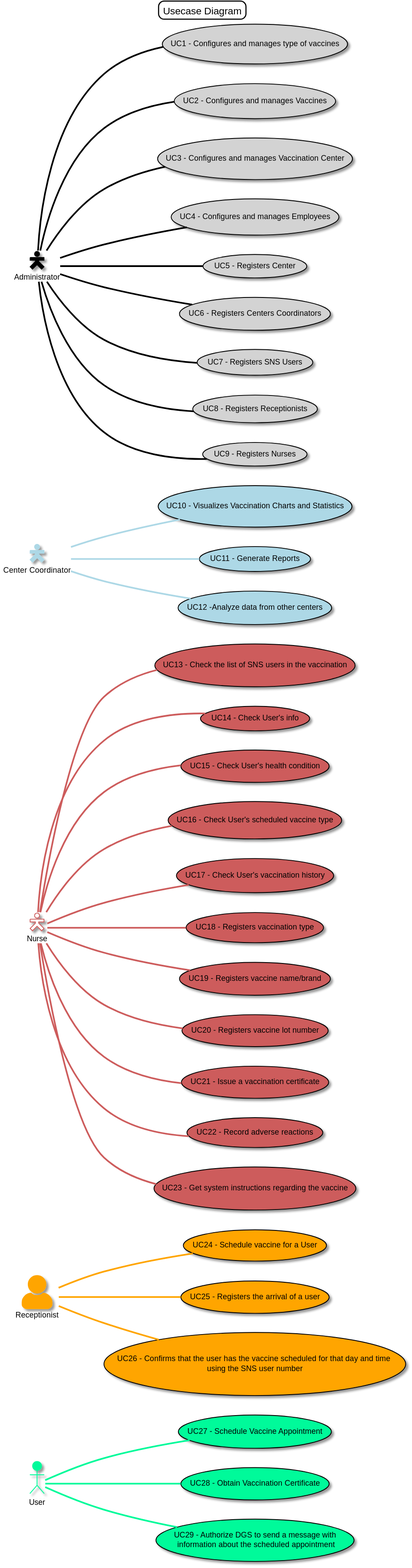
The PlantUML diagram docs/SprintA/UCD.svg in Pirussa/lei-22-s2-1da-g02, before a commit.
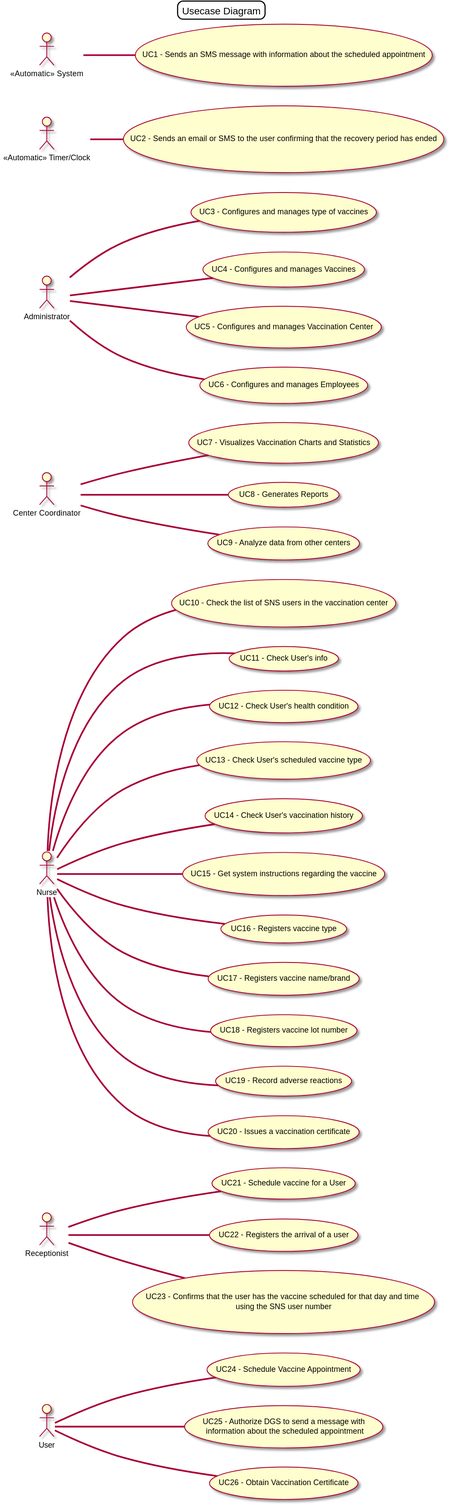
After the commit.

Commit message:
Updating UCD plant uml, .md and .svg files

The edit, as a diff of the source:
```diff
@@ -1,4 +1,5 @@
 @startuml
+
 
 left to right direction
 title Usecase Diagram
@@ -6,93 +7,91 @@
 skinparam titleBorderThickness 2
 skinparam arrowThickness 3
 
-Usecase UC27 as "UC27 - Schedule Vaccine Appointment" #mediumSpringGreen;line:black
-Usecase UC28 as "UC28 - Obtain Vaccination Certificate" #mediumSpringGreen;line:black
-Usecase UC29 as "UC29 - Authorize DGS to send a message with\n information about the scheduled appointment" #mediumSpringGreen;line:black
 
-:User: as U #mediumSpringGreen;line:mediumSpringGreen
+Usecase UC24 as "UC24 - Schedule Vaccine Appointment"
+Usecase UC25 as "UC25 - Authorize DGS to send a message with\n information about the scheduled appointment"
+Usecase UC26 as "UC26 - Obtain Vaccination Certificate"
 
-U -d- UC27 #mediumSpringGreen
-U -d- UC28 #mediumSpringGreen
-U -d- UC29 #mediumSpringGreen
+:User: as U
+
+U -d- UC24
+U -d- UC25
+U -d- UC26
 
 
-skinparam actorStyle awesome
+Usecase UC21 as "UC21 - Schedule vaccine for a User"
+Usecase UC22 as "UC22 - Registers the arrival of a user"
+Usecase UC23 as "UC23 - Confirms that the user has the vaccine scheduled for that day and time \n using the SNS user number "
+
+:Receptionist: as R
+
+R -d- UC21
+R -d- UC22
+R -d- UC23
 
 
-Usecase UC24 as "UC24 - Schedule vaccine for a User" #orange;line:black
-Usecase UC25 as "UC25 - Registers the arrival of a user" #orange;line:black
-Usecase UC26 as "UC26 - Confirms that the user has the vaccine scheduled for that day and time \n using the SNS user number "  #orange;line:black
+Usecase UC10 as "UC10 - Check the list of SNS users in the vaccination center"
+Usecase UC11 as "UC11 - Check User's info"
+Usecase UC12 as "UC12 - Check User's health condition"
+Usecase UC13 as "UC13 - Check User's scheduled vaccine type"
+Usecase UC14 as "UC14 - Check User's vaccination history"
+Usecase UC15 as "UC15 - Get system instructions regarding the vaccine"
+Usecase UC16 as "UC16 - Registers vaccine type"
+Usecase UC17 as "UC17 - Registers vaccine name/brand"
+Usecase UC18 as "UC18 - Registers vaccine lot number"
+Usecase UC19 as "UC19 - Record adverse reactions"
+Usecase UC20 as "UC20 - Issues a vaccination certificate"
 
-:Receptionist: as R #orange;line:orange
-R -d- UC24 #orange;line:orange
-R -d- UC25  #orange;line:orange
-R -d- UC26  #orange;line:orange
+:Nurse: as N
+
+N -d- UC10
+N -d- UC11
+N -d- UC12
+N -d- UC13
+N -d- UC14
+N -d- UC15
+N -d- UC16
+N -d- UC17
+N -d- UC18
+N -d- UC19
+N -d- UC20
 
 
+Usecase UC7 as "UC7 - Visualizes Vaccination Charts and Statistics"
+Usecase UC8 as "UC8 - Generates Reports"
+Usecase UC9 as "UC9 - Analyze data from other centers"
 
-skinparam actorStyle Hollow
-Usecase UC13 as "UC13 - Check the list of SNS users in the vaccination"  #indianRed;line:black
-Usecase UC14 as "UC14 - Check User's info" #indianRed;line:black
-Usecase UC15 as "UC15 - Check User's health condition" #indianRed;line:black
-Usecase UC16 as "UC16 - Check User's scheduled vaccine type" #indianRed;line:black
-Usecase UC17 as "UC17 - Check User's vaccination history" #indianRed;line:black
-Usecase UC18 as "UC18 - Registers vaccination type" #indianRed;line:black
-Usecase UC19 as "UC19 - Registers vaccine name/brand" #indianRed;line:black
-Usecase UC20 as "UC20 - Registers vaccine lot number" #indianRed;line:black
-Usecase UC21 as "UC21 - Issue a vaccination certificate" #indianRed;line:black
-Usecase UC22 as "UC22 - Record adverse reactions" #indianRed;line:black
-Usecase UC23 as "UC23 - Get system instructions regarding the vaccine" #indianRed;line:black
+:Center Coordinator: as CC
 
-:Nurse: as N #white;line:indianRed
-N -d- UC13 #indianRed
-N -d- UC14 #indianRed
-N -d- UC15 #indianRed
-N -d- UC16 #indianRed
-N -d- UC17 #indianRed
-N -d- UC18 #indianRed
-N -d- UC19 #indianRed
-N -d- UC20 #indianRed
-N -d- UC21 #indianRed
-N -d- UC22 #indianRed
-N -d- UC23 #indianRed
+CC -d- UC7
+CC -d- UC8
+CC -d- UC9
 
 
+Usecase UC3 as "UC3 - Configures and manages type of vaccines"
+Usecase UC4 as "UC4 - Configures and manages Vaccines"
+Usecase UC5 as "UC5 - Configures and manages Vaccination Center"
+Usecase UC6 as "UC6 - Configures and manages Employees"
 
-Usecase UC10 as "UC10 - Visualizes Vaccination Charts and Statistics" #lightblue;line:black
-Usecase UC11 as "UC11 - Generate Reports" #lightblue;line:black
-Usecase UC12 as "UC12 -Analyze data from other centers" #lightblue;line:black
+:Administrator: as A
 
-:Center Coordinator: as CC #lightblue;line:lightblue;
-CC -d- UC10 #lightblue;line:lightblue
-CC -d- UC11 #lightblue;line:lightblue
-CC -d- UC12 #lightblue;line:lightblue
+A -d- UC3
+A -d- UC4
+A -d- UC5
+A -d- UC6
 
 
-Usecase UC1 as "UC1 - Configures and manages type of vaccines"   #lightgrey;line:black
-Usecase UC2 as "UC2 - Configures and manages Vaccines"  #lightgrey;line:black
-Usecase UC3 as "UC3 - Configures and manages Vaccination Center"   #lightgrey;line:black
-Usecase UC4 as "UC4 - Configures and manages Employees"  #lightgrey;line:black
-Usecase UC5 as "UC5 - Registers Center" #lightgrey;line:black
-Usecase UC6 as "UC6 - Registers Centers Coordinators" #lightgrey;line:black
-Usecase UC7 as "UC7 - Registers SNS Users" #lightgrey;line:black
-Usecase UC8 as "UC8 - Registers Receptionists" #lightgrey;line:black
-Usecase UC9 as "UC9 - Registers Nurses" #lightgrey;line:black
+Usecase UC2 as "UC2 - Sends an email or SMS to the user confirming that the recovery period has ended"
+
+:<<Automatic>> Timer/Clock: as TC
+
+TC -d- UC2
 
 
-:Administrator: as A #black;line:black
-A -d- UC1 #black;line:black
-A -d- UC2 #black;line:black
-A -d- UC3 #black;line:black
-A -d- UC4 #black;line:black
-A -d- UC5 #black;line:black
-A -d- UC6 #black;line:black
-A -d- UC7 #black;line:black
-A -d- UC8 #black;line:black
-A -d- UC9 #black;line:black
+Usecase UC1 as "UC1 - Sends an SMS message with information about the scheduled appointment"
 
+:<<Automatic>>  System: as S
 
-
-
+S -d- UC1
 
 @enduml
```
